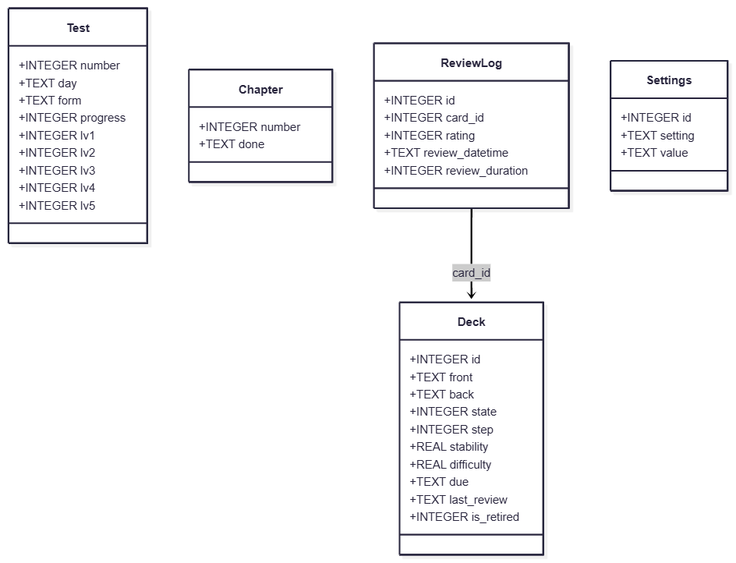
Huangphoux/ay_gogh keeps this Mermaid diagram as docs/DA2_bao_cao/300_phan_tich_thiet_ke/csdl_user/diagram.png. Above is the earlier version. Its source is kept beside it as docs/DA2_bao_cao/300_phan_tich_thiet_ke/csdl_user/diagram.mermaid. The source it was exported from:
```mermaid
classDiagram

	class Test {
		+INTEGER number
		+TEXT day
		+TEXT form
		+INTEGER progress
		+INTEGER lv1
		+INTEGER lv2
		+INTEGER lv3
		+INTEGER lv4
		+INTEGER lv5
	}

	class Chapter {
		+INTEGER number
		+TEXT done
	}

	class Deck {
		+INTEGER id
		+TEXT front
		+TEXT back
		+INTEGER state
		+INTEGER step
		+REAL stability
		+REAL difficulty
		+TEXT due
		+TEXT last_review
		+INTEGER is_retired
	}

	class ReviewLog {
		+INTEGER id
		+INTEGER card_id
		+INTEGER rating
		+TEXT review_datetime
		+INTEGER review_duration
	}

	class Settings {
		+INTEGER id
		+TEXT setting
		+TEXT value
	}

	ReviewLog --> Deck : card_id
```
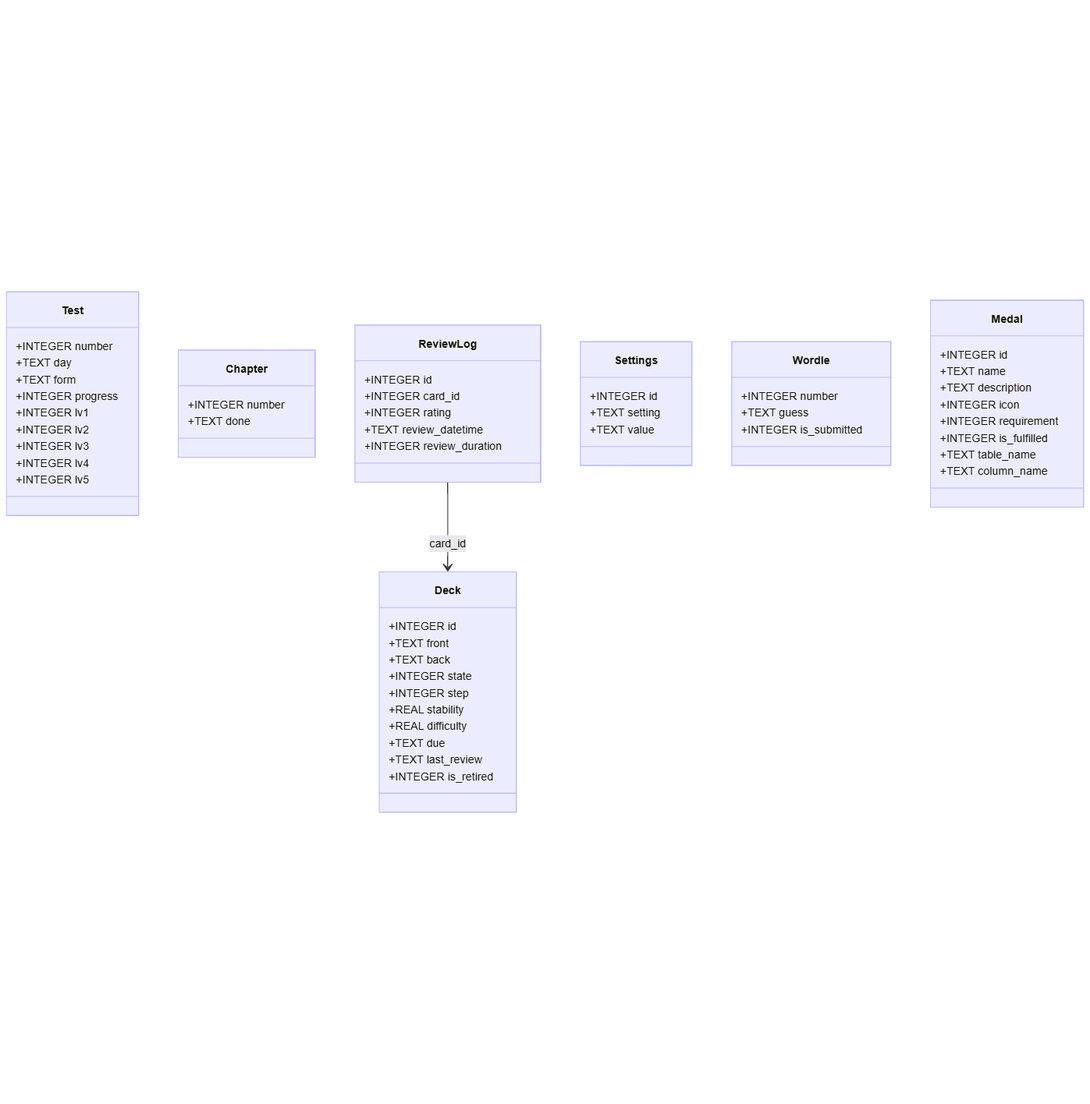
The same file after the commit.

What changed in the source:
```diff
@@ -1,3 +1,9 @@
+---
+config:
+  theme: default
+  look: classic
+---
+
 classDiagram
 
 	class Test {
@@ -44,4 +50,21 @@
 		+TEXT value
 	}
 
+	class Wordle {
+		+INTEGER number
+		+TEXT guess
+		+INTEGER is_submitted
+	}
+
+	class Medal {
+		+INTEGER id
+		+TEXT name
+		+TEXT description
+		+INTEGER icon
+		+INTEGER requirement
+		+INTEGER is_fulfilled
+		+TEXT table_name
+		+TEXT column_name
+	}
+
 	ReviewLog --> Deck : card_id
```
